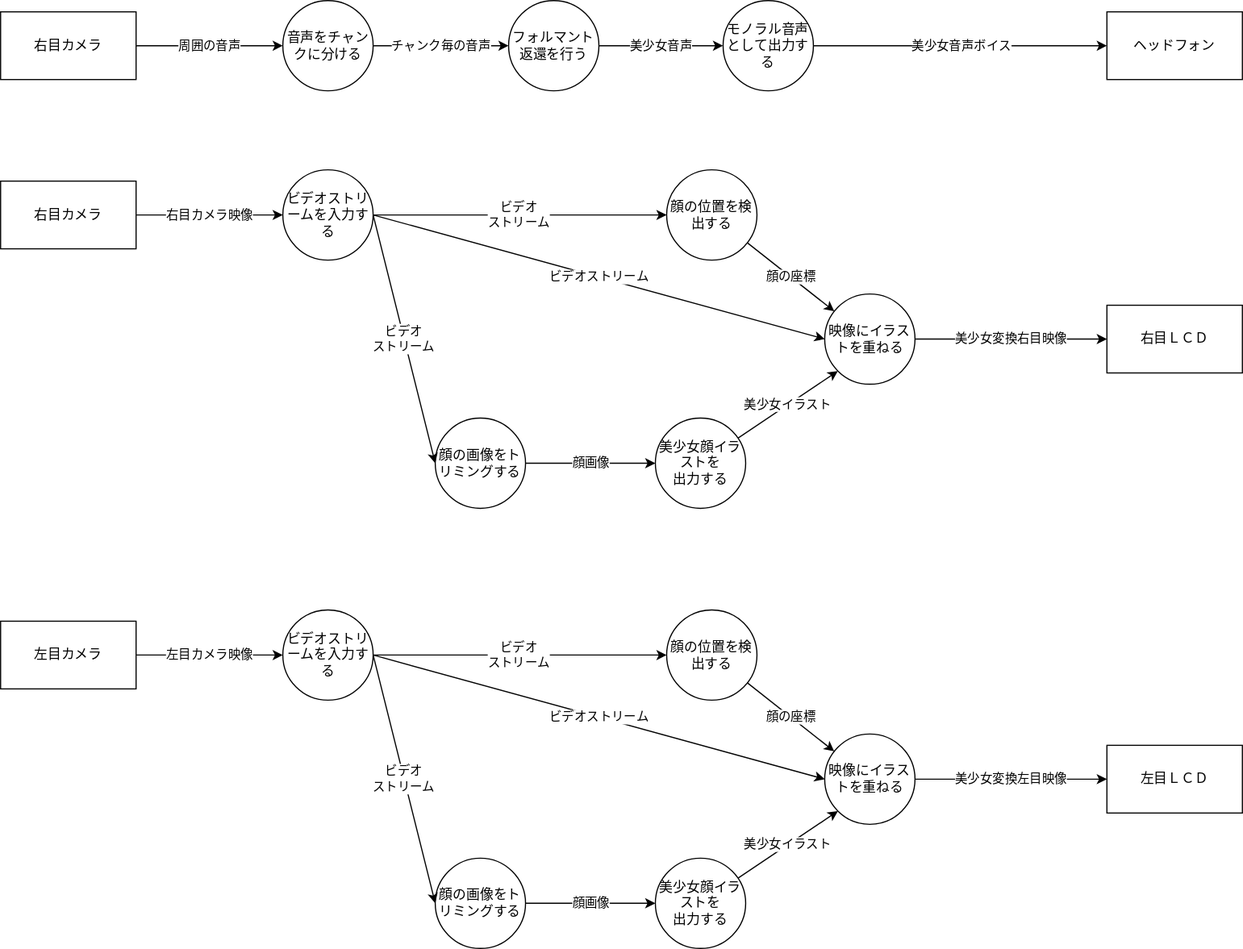
Earlier version of the draw.io export 人類ギャルゲー化計画/images/dfd0.drawio.svg (gakutosasabe/HearExpansion). Source tidied: cells renumbered, new cells last; positions are measured from the earlier drawing's top-left corner, leaving out a move shared by most shapes. Its diagram source:
```xml
<mxGraphModel>
  <root>
    <mxCell id="0" />
    <mxCell id="1" parent="0" />
    <mxCell id="2" value="美少女変換右目映像" style="edgeStyle=orthogonalEdgeStyle;curved=1;html=1;entryX=0;entryY=0.5;entryDx=0;entryDy=0;exitX=1;exitY=0.5;exitDx=0;exitDy=0;" parent="1" edge="1" source="16" target="5">
      <mxGeometry relative="1" as="geometry" />
    </mxCell>
    <mxCell id="3" value="右目カメラ映像" style="edgeStyle=orthogonalEdgeStyle;curved=1;html=1;entryX=0;entryY=0.5;entryDx=0;entryDy=0;" parent="1" edge="1" source="4" target="8">
      <mxGeometry relative="1" as="geometry" />
    </mxCell>
    <mxCell id="4" value="右目カメラ" style="rounded=0;whiteSpace=wrap;html=1;" parent="1" vertex="1">
      <mxGeometry y="160" width="120" height="60" as="geometry" />
    </mxCell>
    <mxCell id="5" value="右目ＬＣＤ" style="rounded=0;whiteSpace=wrap;html=1;" parent="1" vertex="1">
      <mxGeometry x="980" y="270" width="120" height="60" as="geometry" />
    </mxCell>
    <mxCell id="6" value="ビデオ&lt;br&gt;ストリーム" style="edgeStyle=none;html=1;" parent="1" edge="1" source="8" target="10">
      <mxGeometry relative="1" as="geometry" />
    </mxCell>
    <mxCell id="7" value="ビデオストリーム" style="edgeStyle=none;html=1;entryX=0;entryY=0.5;entryDx=0;entryDy=0;" parent="1" edge="1" target="16">
      <mxGeometry relative="1" as="geometry">
        <mxPoint x="330" y="190" as="sourcePoint" />
      </mxGeometry>
    </mxCell>
    <mxCell id="8" value="ビデオストリームを入力する" style="ellipse;whiteSpace=wrap;html=1;" parent="1" vertex="1">
      <mxGeometry x="250" y="150" width="80" height="80" as="geometry" />
    </mxCell>
    <mxCell id="9" value="顔の座標" style="edgeStyle=none;html=1;" parent="1" edge="1" source="10" target="16">
      <mxGeometry relative="1" as="geometry" />
    </mxCell>
    <mxCell id="10" value="顔の位置を検出する" style="ellipse;whiteSpace=wrap;html=1;" parent="1" vertex="1">
      <mxGeometry x="590" y="150" width="80" height="80" as="geometry" />
    </mxCell>
    <mxCell id="11" value="顔画像" style="edgeStyle=none;html=1;entryX=0;entryY=0.5;entryDx=0;entryDy=0;" parent="1" edge="1" source="12" target="15">
      <mxGeometry relative="1" as="geometry" />
    </mxCell>
    <mxCell id="12" value="顔の画像をトリミングする" style="ellipse;whiteSpace=wrap;html=1;" parent="1" vertex="1">
      <mxGeometry x="385" y="370" width="80" height="80" as="geometry" />
    </mxCell>
    <mxCell id="13" value="ビデオ&lt;br&gt;ストリーム" style="edgeStyle=none;html=1;exitX=1;exitY=0.5;exitDx=0;exitDy=0;entryX=0;entryY=0.5;entryDx=0;entryDy=0;" parent="1" edge="1" source="8" target="12">
      <mxGeometry relative="1" as="geometry" />
    </mxCell>
    <mxCell id="14" value="美少女イラスト" style="edgeStyle=none;html=1;entryX=0;entryY=1;entryDx=0;entryDy=0;" parent="1" edge="1" source="15" target="16">
      <mxGeometry relative="1" as="geometry" />
    </mxCell>
    <mxCell id="15" value="美少女顔イラストを&lt;br&gt;出力する" style="ellipse;whiteSpace=wrap;html=1;" parent="1" vertex="1">
      <mxGeometry x="580" y="370" width="80" height="80" as="geometry" />
    </mxCell>
    <mxCell id="16" value="映像にイラストを重ねる" style="ellipse;whiteSpace=wrap;html=1;" parent="1" vertex="1">
      <mxGeometry x="730" y="260" width="80" height="80" as="geometry" />
    </mxCell>
    <mxCell id="17" value="美少女変換左目映像" style="edgeStyle=orthogonalEdgeStyle;curved=1;html=1;entryX=0;entryY=0.5;entryDx=0;entryDy=0;exitX=1;exitY=0.5;exitDx=0;exitDy=0;" parent="1" edge="1" source="31" target="20">
      <mxGeometry relative="1" as="geometry" />
    </mxCell>
    <mxCell id="18" value="左目カメラ映像" style="edgeStyle=orthogonalEdgeStyle;curved=1;html=1;entryX=0;entryY=0.5;entryDx=0;entryDy=0;" parent="1" edge="1" source="19" target="23">
      <mxGeometry relative="1" as="geometry" />
    </mxCell>
    <mxCell id="19" value="左目カメラ" style="rounded=0;whiteSpace=wrap;html=1;" parent="1" vertex="1">
      <mxGeometry y="550" width="120" height="60" as="geometry" />
    </mxCell>
    <mxCell id="20" value="左目ＬＣＤ" style="rounded=0;whiteSpace=wrap;html=1;" parent="1" vertex="1">
      <mxGeometry x="980" y="660" width="120" height="60" as="geometry" />
    </mxCell>
    <mxCell id="21" value="ビデオ&lt;br&gt;ストリーム" style="edgeStyle=none;html=1;" parent="1" edge="1" source="23" target="25">
      <mxGeometry relative="1" as="geometry" />
    </mxCell>
    <mxCell id="22" value="ビデオストリーム" style="edgeStyle=none;html=1;entryX=0;entryY=0.5;entryDx=0;entryDy=0;" parent="1" edge="1" target="31">
      <mxGeometry relative="1" as="geometry">
        <mxPoint x="330" y="580" as="sourcePoint" />
      </mxGeometry>
    </mxCell>
    <mxCell id="23" value="ビデオストリームを入力する" style="ellipse;whiteSpace=wrap;html=1;" parent="1" vertex="1">
      <mxGeometry x="250" y="540" width="80" height="80" as="geometry" />
    </mxCell>
    <mxCell id="24" value="顔の座標" style="edgeStyle=none;html=1;" parent="1" edge="1" source="25" target="31">
      <mxGeometry relative="1" as="geometry" />
    </mxCell>
    <mxCell id="25" value="顔の位置を検出する" style="ellipse;whiteSpace=wrap;html=1;" parent="1" vertex="1">
      <mxGeometry x="590" y="540" width="80" height="80" as="geometry" />
    </mxCell>
    <mxCell id="26" value="顔画像" style="edgeStyle=none;html=1;entryX=0;entryY=0.5;entryDx=0;entryDy=0;" parent="1" edge="1" source="27" target="30">
      <mxGeometry relative="1" as="geometry" />
    </mxCell>
    <mxCell id="27" value="顔の画像をトリミングする" style="ellipse;whiteSpace=wrap;html=1;" parent="1" vertex="1">
      <mxGeometry x="385" y="760" width="80" height="80" as="geometry" />
    </mxCell>
    <mxCell id="28" value="ビデオ&lt;br&gt;ストリーム" style="edgeStyle=none;html=1;exitX=1;exitY=0.5;exitDx=0;exitDy=0;entryX=0;entryY=0.5;entryDx=0;entryDy=0;" parent="1" edge="1" source="23" target="27">
      <mxGeometry relative="1" as="geometry" />
    </mxCell>
    <mxCell id="29" value="美少女イラスト" style="edgeStyle=none;html=1;entryX=0;entryY=1;entryDx=0;entryDy=0;" parent="1" edge="1" source="30" target="31">
      <mxGeometry relative="1" as="geometry" />
    </mxCell>
    <mxCell id="30" value="美少女顔イラストを&lt;br&gt;出力する" style="ellipse;whiteSpace=wrap;html=1;" parent="1" vertex="1">
      <mxGeometry x="580" y="760" width="80" height="80" as="geometry" />
    </mxCell>
    <mxCell id="31" value="映像にイラストを重ねる" style="ellipse;whiteSpace=wrap;html=1;" parent="1" vertex="1">
      <mxGeometry x="730" y="650" width="80" height="80" as="geometry" />
    </mxCell>
    <mxCell id="32" value="周囲の音声" style="edgeStyle=none;html=1;" parent="1" edge="1" source="33" target="35">
      <mxGeometry relative="1" as="geometry" />
    </mxCell>
    <mxCell id="33" value="右目カメラ" style="rounded=0;whiteSpace=wrap;html=1;" parent="1" vertex="1">
      <mxGeometry y="10" width="120" height="60" as="geometry" />
    </mxCell>
    <mxCell id="34" value="チャンク毎の音声" style="edgeStyle=none;html=1;" parent="1" edge="1" source="35" target="37">
      <mxGeometry relative="1" as="geometry" />
    </mxCell>
    <mxCell id="35" value="音声をチャンクに分ける" style="ellipse;whiteSpace=wrap;html=1;" parent="1" vertex="1">
      <mxGeometry x="250" width="80" height="80" as="geometry" />
    </mxCell>
    <mxCell id="36" value="美少女音声" style="edgeStyle=none;html=1;" parent="1" edge="1" source="37" target="39">
      <mxGeometry relative="1" as="geometry" />
    </mxCell>
    <mxCell id="37" value="フォルマント返還を行う" style="ellipse;whiteSpace=wrap;html=1;" parent="1" vertex="1">
      <mxGeometry x="450" width="80" height="80" as="geometry" />
    </mxCell>
    <mxCell id="38" value="美少女音声ボイス" style="edgeStyle=none;html=1;" parent="1" edge="1" source="39" target="40">
      <mxGeometry relative="1" as="geometry" />
    </mxCell>
    <mxCell id="39" value="モノラル音声として出力する" style="ellipse;whiteSpace=wrap;html=1;" parent="1" vertex="1">
      <mxGeometry x="640" width="80" height="80" as="geometry" />
    </mxCell>
    <mxCell id="40" value="ヘッドフォン" style="rounded=0;whiteSpace=wrap;html=1;" parent="1" vertex="1">
      <mxGeometry x="980" y="10" width="120" height="60" as="geometry" />
    </mxCell>
  </root>
</mxGraphModel>
```
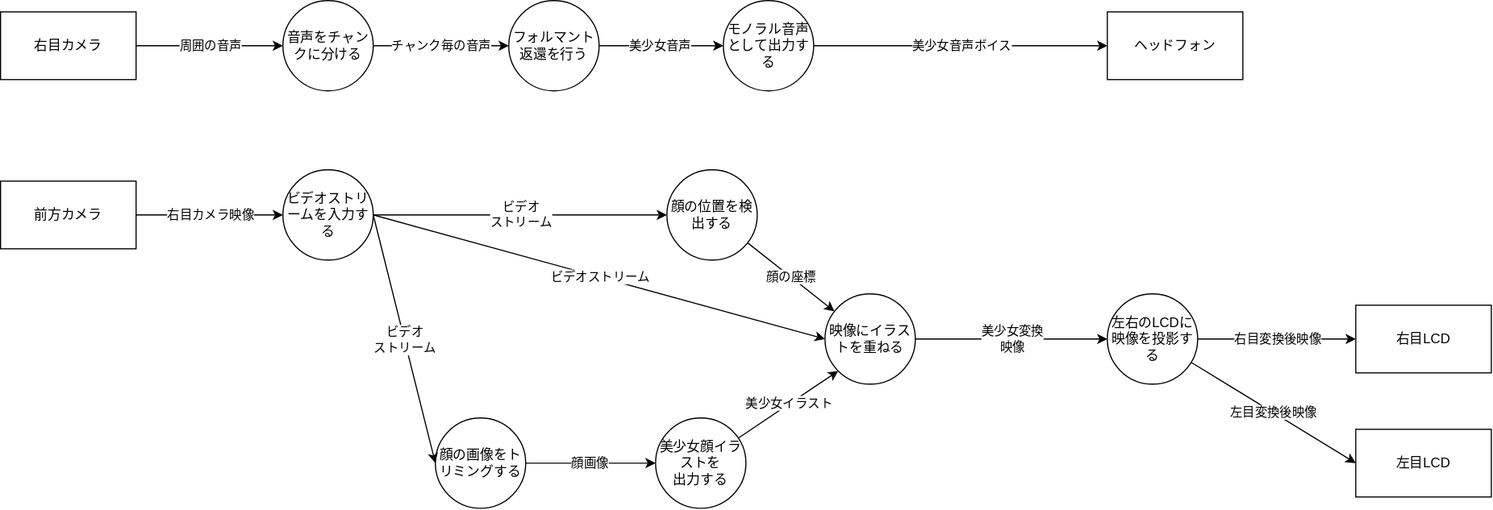
Later version of the same file.

What changed in the source:
```diff
@@ -2,18 +2,17 @@
   <root>
     <mxCell id="0" />
     <mxCell id="1" parent="0" />
-    <mxCell id="2" value="美少女変換右目映像" style="edgeStyle=orthogonalEdgeStyle;curved=1;html=1;entryX=0;entryY=0.5;entryDx=0;entryDy=0;exitX=1;exitY=0.5;exitDx=0;exitDy=0;" parent="1" edge="1" source="16" target="5">
-      <mxGeometry relative="1" as="geometry" />
+    <mxCell id="2" value="美少女変換&lt;br&gt;映像" style="edgeStyle=orthogonalEdgeStyle;curved=1;html=1;entryX=0;entryY=0.5;entryDx=0;entryDy=0;exitX=1;exitY=0.5;exitDx=0;exitDy=0;" parent="1" edge="1" source="16">
+      <mxGeometry relative="1" as="geometry">
+        <mxPoint x="980" y="300" as="targetPoint" />
+      </mxGeometry>
     </mxCell>
     <mxCell id="3" value="右目カメラ映像" style="edgeStyle=orthogonalEdgeStyle;curved=1;html=1;entryX=0;entryY=0.5;entryDx=0;entryDy=0;" parent="1" edge="1" source="4" target="8">
       <mxGeometry relative="1" as="geometry" />
     </mxCell>
-    <mxCell id="4" value="右目カメラ" style="rounded=0;whiteSpace=wrap;html=1;" parent="1" vertex="1">
+    <mxCell id="4" value="前方カメラ" style="rounded=0;whiteSpace=wrap;html=1;" parent="1" vertex="1">
       <mxGeometry y="160" width="120" height="60" as="geometry" />
     </mxCell>
-    <mxCell id="5" value="右目ＬＣＤ" style="rounded=0;whiteSpace=wrap;html=1;" parent="1" vertex="1">
-      <mxGeometry x="980" y="270" width="120" height="60" as="geometry" />
-    </mxCell>
     <mxCell id="6" value="ビデオ&lt;br&gt;ストリーム" style="edgeStyle=none;html=1;" parent="1" edge="1" source="8" target="10">
       <mxGeometry relative="1" as="geometry" />
     </mxCell>
@@ -49,53 +48,6 @@
     <mxCell id="16" value="映像にイラストを重ねる" style="ellipse;whiteSpace=wrap;html=1;" parent="1" vertex="1">
       <mxGeometry x="730" y="260" width="80" height="80" as="geometry" />
     </mxCell>
-    <mxCell id="17" value="美少女変換左目映像" style="edgeStyle=orthogonalEdgeStyle;curved=1;html=1;entryX=0;entryY=0.5;entryDx=0;entryDy=0;exitX=1;exitY=0.5;exitDx=0;exitDy=0;" parent="1" edge="1" source="31" target="20">
-      <mxGeometry relative="1" as="geometry" />
-    </mxCell>
-    <mxCell id="18" value="左目カメラ映像" style="edgeStyle=orthogonalEdgeStyle;curved=1;html=1;entryX=0;entryY=0.5;entryDx=0;entryDy=0;" parent="1" edge="1" source="19" target="23">
-      <mxGeometry relative="1" as="geometry" />
-    </mxCell>
-    <mxCell id="19" value="左目カメラ" style="rounded=0;whiteSpace=wrap;html=1;" parent="1" vertex="1">
-      <mxGeometry y="550" width="120" height="60" as="geometry" />
-    </mxCell>
-    <mxCell id="20" value="左目ＬＣＤ" style="rounded=0;whiteSpace=wrap;html=1;" parent="1" vertex="1">
-      <mxGeometry x="980" y="660" width="120" height="60" as="geometry" />
-    </mxCell>
-    <mxCell id="21" value="ビデオ&lt;br&gt;ストリーム" style="edgeStyle=none;html=1;" parent="1" edge="1" source="23" target="25">
-      <mxGeometry relative="1" as="geometry" />
-    </mxCell>
-    <mxCell id="22" value="ビデオストリーム" style="edgeStyle=none;html=1;entryX=0;entryY=0.5;entryDx=0;entryDy=0;" parent="1" edge="1" target="31">
-      <mxGeometry relative="1" as="geometry">
-        <mxPoint x="330" y="580" as="sourcePoint" />
-      </mxGeometry>
-    </mxCell>
-    <mxCell id="23" value="ビデオストリームを入力する" style="ellipse;whiteSpace=wrap;html=1;" parent="1" vertex="1">
-      <mxGeometry x="250" y="540" width="80" height="80" as="geometry" />
-    </mxCell>
-    <mxCell id="24" value="顔の座標" style="edgeStyle=none;html=1;" parent="1" edge="1" source="25" target="31">
-      <mxGeometry relative="1" as="geometry" />
-    </mxCell>
-    <mxCell id="25" value="顔の位置を検出する" style="ellipse;whiteSpace=wrap;html=1;" parent="1" vertex="1">
-      <mxGeometry x="590" y="540" width="80" height="80" as="geometry" />
-    </mxCell>
-    <mxCell id="26" value="顔画像" style="edgeStyle=none;html=1;entryX=0;entryY=0.5;entryDx=0;entryDy=0;" parent="1" edge="1" source="27" target="30">
-      <mxGeometry relative="1" as="geometry" />
-    </mxCell>
-    <mxCell id="27" value="顔の画像をトリミングする" style="ellipse;whiteSpace=wrap;html=1;" parent="1" vertex="1">
-      <mxGeometry x="385" y="760" width="80" height="80" as="geometry" />
-    </mxCell>
-    <mxCell id="28" value="ビデオ&lt;br&gt;ストリーム" style="edgeStyle=none;html=1;exitX=1;exitY=0.5;exitDx=0;exitDy=0;entryX=0;entryY=0.5;entryDx=0;entryDy=0;" parent="1" edge="1" source="23" target="27">
-      <mxGeometry relative="1" as="geometry" />
-    </mxCell>
-    <mxCell id="29" value="美少女イラスト" style="edgeStyle=none;html=1;entryX=0;entryY=1;entryDx=0;entryDy=0;" parent="1" edge="1" source="30" target="31">
-      <mxGeometry relative="1" as="geometry" />
-    </mxCell>
-    <mxCell id="30" value="美少女顔イラストを&lt;br&gt;出力する" style="ellipse;whiteSpace=wrap;html=1;" parent="1" vertex="1">
-      <mxGeometry x="580" y="760" width="80" height="80" as="geometry" />
-    </mxCell>
-    <mxCell id="31" value="映像にイラストを重ねる" style="ellipse;whiteSpace=wrap;html=1;" parent="1" vertex="1">
-      <mxGeometry x="730" y="650" width="80" height="80" as="geometry" />
-    </mxCell>
     <mxCell id="32" value="周囲の音声" style="edgeStyle=none;html=1;" parent="1" edge="1" source="33" target="35">
       <mxGeometry relative="1" as="geometry" />
     </mxCell>
@@ -123,5 +75,20 @@
     <mxCell id="40" value="ヘッドフォン" style="rounded=0;whiteSpace=wrap;html=1;" parent="1" vertex="1">
       <mxGeometry x="980" y="10" width="120" height="60" as="geometry" />
     </mxCell>
+    <mxCell id="41" value="右目変換後映像" style="edgeStyle=none;html=1;entryX=0;entryY=0.5;entryDx=0;entryDy=0;" parent="1" edge="1" source="43" target="44">
+      <mxGeometry relative="1" as="geometry" />
+    </mxCell>
+    <mxCell id="42" value="左目変換後映像" style="edgeStyle=none;html=1;entryX=0;entryY=0.5;entryDx=0;entryDy=0;" parent="1" edge="1" source="43" target="45">
+      <mxGeometry relative="1" as="geometry" />
+    </mxCell>
+    <mxCell id="43" value="左右のLCDに映像を投影する" style="ellipse;whiteSpace=wrap;html=1;" parent="1" vertex="1">
+      <mxGeometry x="980" y="260" width="80" height="80" as="geometry" />
+    </mxCell>
+    <mxCell id="44" value="右目LCD" style="rounded=0;whiteSpace=wrap;html=1;" parent="1" vertex="1">
+      <mxGeometry x="1200" y="270" width="120" height="60" as="geometry" />
+    </mxCell>
+    <mxCell id="45" value="左目LCD" style="rounded=0;whiteSpace=wrap;html=1;" parent="1" vertex="1">
+      <mxGeometry x="1200" y="380" width="120" height="60" as="geometry" />
+    </mxCell>
   </root>
 </mxGraphModel>
```
